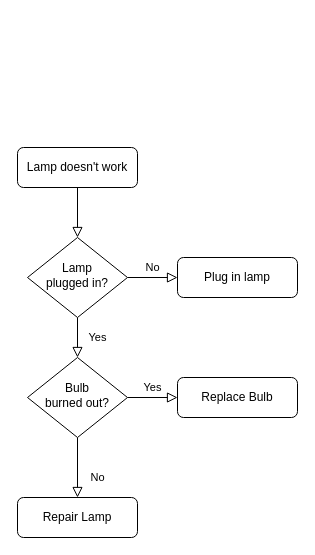
The draw.io diagram Untitled Diagram.drawio in linuxbckp/foxalarmelectron, before the edit. Source tidied: cells renumbered, new cells numbered last; positions are measured from the earlier drawing's top-left corner, leaving out a move shared by most shapes. Both pictures are drawn from the tidied source at 100%, with x=0, y=0 at pixel (17, 147).
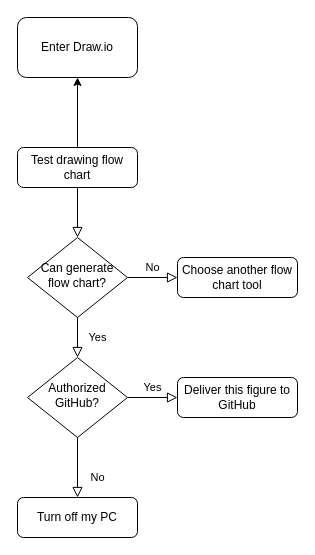
The same diagram, later.

Commit message:
update flow chart

Diff of the diagram source:
```diff
@@
 <mxGraphModel>
   <root>
     <mxCell id="0" />
     <mxCell id="1" parent="0" />
     <mxCell id="2" style="rounded=0;html=1;jettySize=auto;fontSize=11;endArrow=block;endFill=0;endSize=8;strokeWidth=1;shadow=0;labelBackgroundColor=none;edgeStyle=orthogonalEdgeStyle;" parent="1" edge="1" source="3" target="6">
       <mxGeometry relative="1" as="geometry" />
     </mxCell>
+    <mxCell id="13" style="edgeStyle=orthogonalEdgeStyle;rounded=0;jettySize=auto;html=1;" parent="1" edge="1" source="3" target="14">
+      <mxGeometry relative="1" as="geometry" />
+    </mxCell>
-    <mxCell id="3" value="Lamp doesn't work" style="rounded=1;whiteSpace=wrap;html=1;fontSize=12;glass=0;strokeWidth=1;shadow=0;" parent="1" vertex="1">
+    <mxCell id="3" value="Test drawing flow chart" style="rounded=1;whiteSpace=wrap;html=1;fontSize=12;glass=0;strokeWidth=1;shadow=0;" parent="1" vertex="1">
       <mxGeometry width="120" height="40" as="geometry" />
     </mxCell>
     <mxCell id="4" value="Yes" style="rounded=0;html=1;jettySize=auto;fontSize=11;endArrow=block;endFill=0;endSize=8;strokeWidth=1;shadow=0;labelBackgroundColor=none;edgeStyle=orthogonalEdgeStyle;" parent="1" edge="1" source="6" target="10">
       <mxGeometry y="20" relative="1" as="geometry" />
     </mxCell>
     <mxCell id="5" value="No" style="edgeStyle=orthogonalEdgeStyle;rounded=0;html=1;jettySize=auto;fontSize=11;endArrow=block;endFill=0;endSize=8;strokeWidth=1;shadow=0;labelBackgroundColor=none;" parent="1" edge="1" source="6" target="7">
       <mxGeometry y="10" relative="1" as="geometry" />
     </mxCell>
-    <mxCell id="6" value="Lamp&lt;br&gt;plugged in?" style="rhombus;whiteSpace=wrap;html=1;shadow=0;fontFamily=Helvetica;fontSize=12;align=center;strokeWidth=1;spacing=6;spacingTop=-4;" parent="1" vertex="1">
+    <mxCell id="6" value="Can generate flow chart?" style="rhombus;whiteSpace=wrap;html=1;shadow=0;fontFamily=Helvetica;fontSize=12;align=center;strokeWidth=1;spacing=6;spacingTop=-4;" parent="1" vertex="1">
       <mxGeometry x="10" y="90" width="100" height="80" as="geometry" />
     </mxCell>
-    <mxCell id="7" value="Plug in lamp" style="rounded=1;whiteSpace=wrap;html=1;fontSize=12;glass=0;strokeWidth=1;shadow=0;" parent="1" vertex="1">
+    <mxCell id="7" value="Choose another flow chart tool" style="rounded=1;whiteSpace=wrap;html=1;fontSize=12;glass=0;strokeWidth=1;shadow=0;" parent="1" vertex="1">
       <mxGeometry x="160" y="110" width="120" height="40" as="geometry" />
     </mxCell>
     <mxCell id="8" value="No" style="rounded=0;html=1;jettySize=auto;fontSize=11;endArrow=block;endFill=0;endSize=8;strokeWidth=1;shadow=0;labelBackgroundColor=none;edgeStyle=orthogonalEdgeStyle;" parent="1" edge="1" source="10" target="11">
       <mxGeometry x="0.33" y="20" relative="1" as="geometry" />
     </mxCell>
     <mxCell id="9" value="Yes" style="edgeStyle=orthogonalEdgeStyle;rounded=0;html=1;jettySize=auto;fontSize=11;endArrow=block;endFill=0;endSize=8;strokeWidth=1;shadow=0;labelBackgroundColor=none;" parent="1" edge="1" source="10" target="12">
       <mxGeometry y="10" relative="1" as="geometry" />
     </mxCell>
-    <mxCell id="10" value="Bulb&lt;br&gt;burned out?" style="rhombus;whiteSpace=wrap;html=1;shadow=0;fontFamily=Helvetica;fontSize=12;align=center;strokeWidth=1;spacing=6;spacingTop=-4;" parent="1" vertex="1">
+    <mxCell id="10" value="Authorized GitHub?" style="rhombus;whiteSpace=wrap;html=1;shadow=0;fontFamily=Helvetica;fontSize=12;align=center;strokeWidth=1;spacing=6;spacingTop=-4;" parent="1" vertex="1">
       <mxGeometry x="10" y="210" width="100" height="80" as="geometry" />
     </mxCell>
-    <mxCell id="11" value="Repair Lamp" style="rounded=1;whiteSpace=wrap;html=1;fontSize=12;glass=0;strokeWidth=1;shadow=0;" parent="1" vertex="1">
+    <mxCell id="11" value="Turn off my PC" style="rounded=1;whiteSpace=wrap;html=1;fontSize=12;glass=0;strokeWidth=1;shadow=0;" parent="1" vertex="1">
       <mxGeometry y="350" width="120" height="40" as="geometry" />
     </mxCell>
-    <mxCell id="12" value="Replace Bulb" style="rounded=1;whiteSpace=wrap;html=1;fontSize=12;glass=0;strokeWidth=1;shadow=0;" parent="1" vertex="1">
+    <mxCell id="12" value="Deliver this figure to GitHub" style="rounded=1;whiteSpace=wrap;html=1;fontSize=12;glass=0;strokeWidth=1;shadow=0;" parent="1" vertex="1">
       <mxGeometry x="160" y="230" width="120" height="40" as="geometry" />
     </mxCell>
+    <mxCell id="14" value="Enter Draw.io" style="whiteSpace=wrap;html=1;rounded=1;shadow=0;strokeWidth=1;glass=0;" parent="1" vertex="1">
+      <mxGeometry y="-130" width="120" height="60" as="geometry" />
+    </mxCell>
   </root>
 </mxGraphModel>
```
